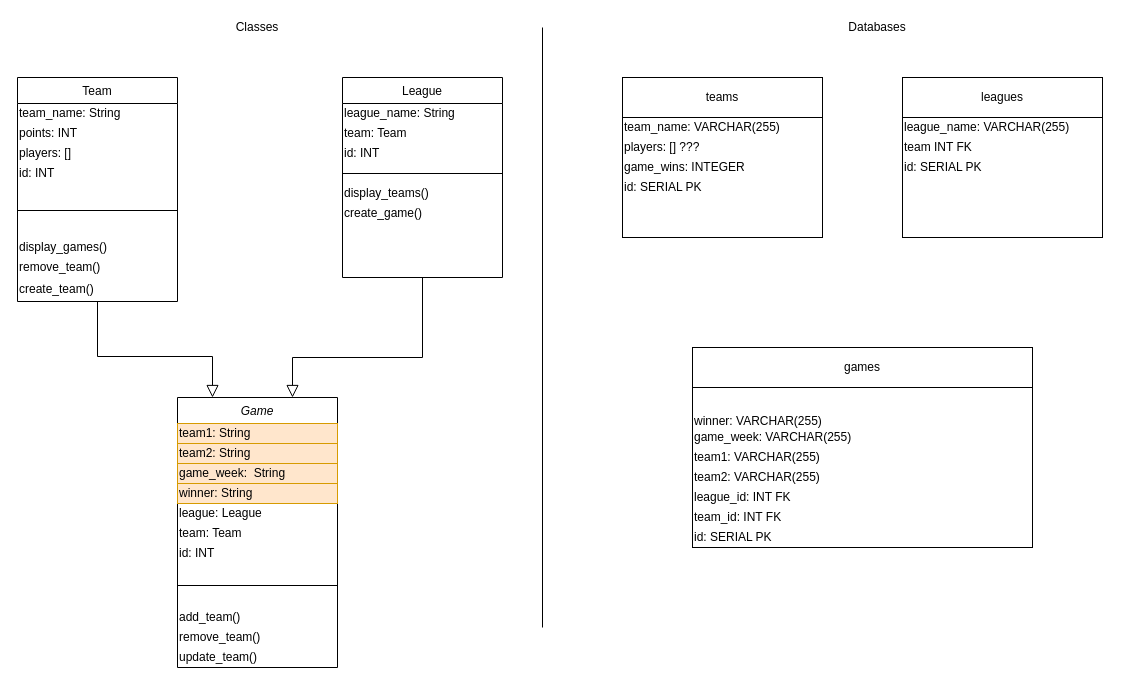
The draw.io diagram diagrams_and_templates/classes_databases_diagram.drawio in ckite82/solo_project_sports_score_app, before the edit. Source tidied: cells renumbered, new cells numbered last; positions are measured from the earlier drawing's top-left corner, leaving out a move shared by most shapes. Both pictures are drawn from the tidied source at 100%, with x=0, y=0 at pixel (17, 17).
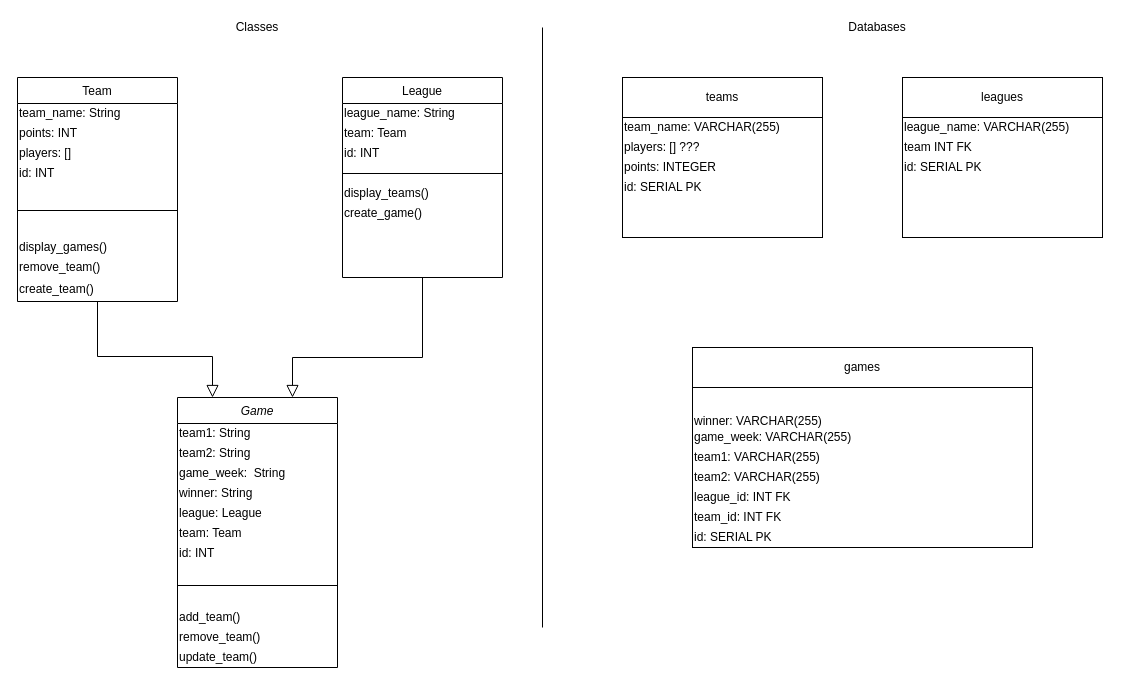
After the change.

The change refers to these unchanged cells:
```xml
<mxCell id="24" value="Game" style="swimlane;fontStyle=2;align=center;verticalAlign=top;horizontal=1;startSize=26;rounded=0;shadow=0;strokeWidth=1;" parent="1" vertex="1">
  <mxGeometry x="160" y="380" width="160" height="270" as="geometry" />
</mxCell>
```

The edit, as a diff of the source:
```diff
@@
-    <mxCell id="25" value="team1: String" style="text;html=1;strokeColor=#d79b00;fillColor=#ffe6cc;align=left;verticalAlign=middle;whiteSpace=wrap;rounded=0;" parent="24" vertex="1">
+    <mxCell id="25" value="team1: String" style="text;html=1;align=left;verticalAlign=middle;whiteSpace=wrap;rounded=0;" parent="24" vertex="1">
       <mxGeometry y="26" width="160" height="20" as="geometry" />
     </mxCell>
-    <mxCell id="26" value="team2: String" style="text;html=1;strokeColor=#d79b00;fillColor=#ffe6cc;align=left;verticalAlign=middle;whiteSpace=wrap;rounded=0;" parent="24" vertex="1">
+    <mxCell id="26" value="team2: String" style="text;html=1;align=left;verticalAlign=middle;whiteSpace=wrap;rounded=0;" parent="24" vertex="1">
       <mxGeometry y="46" width="160" height="20" as="geometry" />
     </mxCell>
-    <mxCell id="27" value="game_week:&amp;nbsp; String" style="text;html=1;strokeColor=#d79b00;fillColor=#ffe6cc;align=left;verticalAlign=middle;whiteSpace=wrap;rounded=0;" parent="24" vertex="1">
+    <mxCell id="27" value="game_week:&amp;nbsp; String" style="text;html=1;align=left;verticalAlign=middle;whiteSpace=wrap;rounded=0;" parent="24" vertex="1">
       <mxGeometry y="66" width="160" height="20" as="geometry" />
     </mxCell>
-    <mxCell id="28" value="winner: String" style="text;html=1;strokeColor=#d79b00;fillColor=#ffe6cc;align=left;verticalAlign=middle;whiteSpace=wrap;rounded=0;" parent="24" vertex="1">
+    <mxCell id="28" value="winner: String" style="text;html=1;align=left;verticalAlign=middle;whiteSpace=wrap;rounded=0;" parent="24" vertex="1">
       <mxGeometry y="86" width="160" height="20" as="geometry" />
     </mxCell>
@@
-    <mxCell id="53" value="game_wins: INTEGER" style="text;html=1;strokeColor=none;fillColor=none;align=left;verticalAlign=middle;whiteSpace=wrap;rounded=0;" parent="1" vertex="1">
+    <mxCell id="53" value="points: INTEGER" style="text;html=1;strokeColor=none;fillColor=none;align=left;verticalAlign=middle;whiteSpace=wrap;rounded=0;" parent="1" vertex="1">
       <mxGeometry x="605" y="140" width="200" height="20" as="geometry" />
     </mxCell>
```
